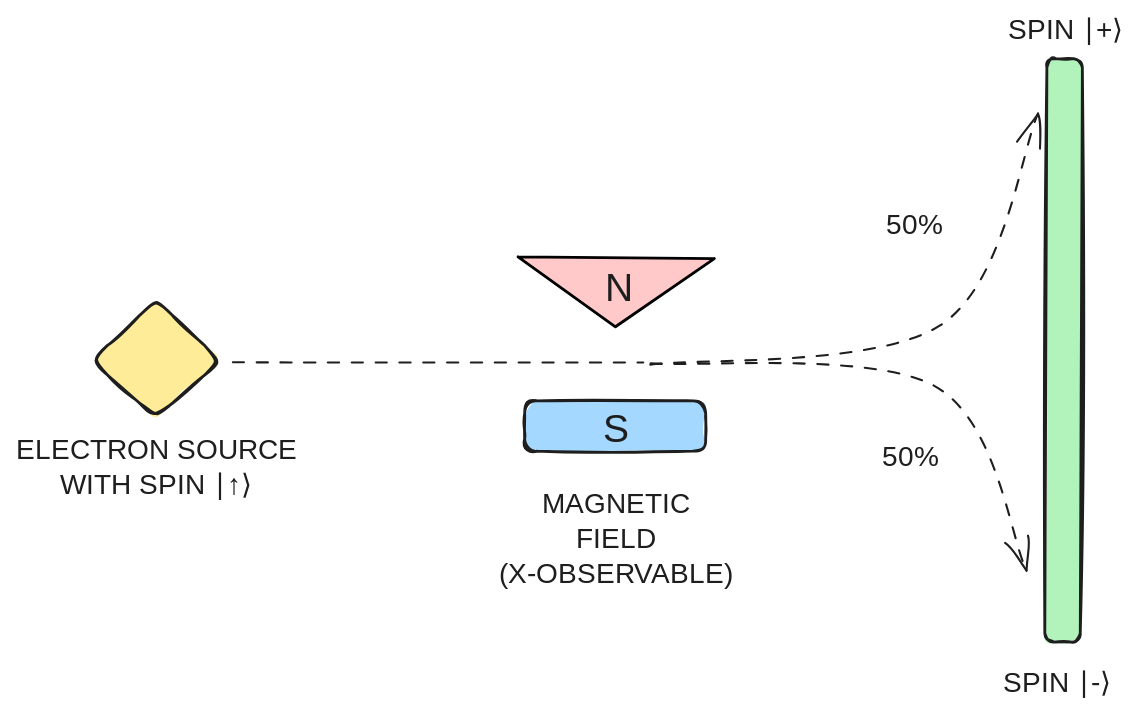
Earlier version of the Excalidraw export ndcoslo-2025/graphics/stern-gerlach-zx.excalidraw.svg (filipw/filipw.github.io). Source tidied: one line per element, renumbered; positions are measured from the earlier drawing's top-left corner, leaving out a move shared by most shapes. The source it was exported from:
```json
{"id": 0, "type": "diamond", "strokeColor": "#1e1e1e", "backgroundColor": "#ffec99", "fillStyle": "solid", "strokeWidth": 2, "roughness": 1, "round": true, "x": 55, "y": 204, "width": 92, "height": 85}
{"id": 1, "type": "text", "text": "ELECTRON SOURCE\nWITH SPIN ∣↑⟩", "strokeColor": "#1e1e1e", "backgroundColor": "#ffec99", "fillStyle": "solid", "strokeWidth": 2, "roughness": 1, "fontSize": 20, "fontFamily": 5, "textAlign": "center", "x": 0, "y": 300, "width": 203, "height": 50}
{"id": 2, "type": "line", "strokeColor": "#000000", "angle": 3.15, "backgroundColor": "#ffc9c9", "fillStyle": "solid", "strokeWidth": 2, "roughness": 0, "x": 430, "y": 174, "width": 140, "height": 49, "points": [[0, 0], [70, 49], [-70, 49], [0, 0]]}
{"id": 3, "type": "text", "text": "N", "strokeColor": "#1e1e1e", "strokeWidth": 2, "roughness": 1, "fontSize": 28, "fontFamily": 5, "x": 422, "y": 181, "width": 18, "height": 35}
{"id": 4, "type": "rectangle", "strokeColor": "#1e1e1e", "backgroundColor": "#a5d8ff", "fillStyle": "solid", "strokeWidth": 2, "roughness": 1, "round": true, "x": 365, "y": 276, "width": 129, "height": 36}
{"id": 5, "type": "text", "text": "S", "strokeColor": "#1e1e1e", "strokeWidth": 2, "roughness": 1, "fontSize": 28, "fontFamily": 5, "x": 420, "y": 281, "width": 17, "height": 35}
{"id": 6, "type": "rectangle", "strokeColor": "#1e1e1e", "angle": 3.15, "backgroundColor": "#b2f2bb", "fillStyle": "solid", "strokeWidth": 2, "roughness": 1, "round": true, "x": 737, "y": 32, "width": 25, "height": 417}
{"id": 7, "type": "arrow", "strokeColor": "#1e1e1e", "backgroundColor": "#b2f2bb", "fillStyle": "solid", "strokeWidth": 1, "strokeStyle": "dashed", "roughness": 1, "round": true, "from": 0, "x": 157, "y": 248, "width": 293, "height": 1, "points": [[0, 0], [293, 1]]}
{"id": 8, "type": "arrow", "strokeColor": "#1e1e1e", "backgroundColor": "#b2f2bb", "fillStyle": "solid", "strokeWidth": 1, "strokeStyle": "dashed", "roughness": 1, "endArrowhead": "arrow", "round": true, "to": 6, "x": 455, "y": 250, "width": 278, "height": 179, "points": [[0, 0], [208, -29], [278, -179]]}
{"id": 9, "type": "text", "text": "SPIN ∣+⟩", "strokeColor": "#1e1e1e", "backgroundColor": "#b2f2bb", "fillStyle": "solid", "strokeWidth": 1, "strokeStyle": "dashed", "roughness": 1, "fontSize": 20, "fontFamily": 5, "x": 710, "y": 0, "width": 82, "height": 25}
{"id": 10, "type": "text", "text": "SPIN ∣-⟩", "strokeColor": "#1e1e1e", "backgroundColor": "#b2f2bb", "fillStyle": "solid", "strokeWidth": 1, "strokeStyle": "dashed", "roughness": 1, "fontSize": 20, "fontFamily": 5, "x": 707, "y": 467, "width": 79, "height": 25}
{"id": 11, "type": "text", "text": "MAGNETIC\nFIELD\n(X-OBSERVABLE)", "strokeColor": "#1e1e1e", "backgroundColor": "#b2f2bb", "fillStyle": "solid", "strokeWidth": 1, "strokeStyle": "dashed", "roughness": 1, "fontSize": 20, "fontFamily": 5, "textAlign": "center", "x": 344, "y": 339, "width": 172, "height": 75}
{"id": 12, "type": "text", "text": "50%", "strokeColor": "#1e1e1e", "strokeWidth": 2, "roughness": 1, "fontSize": 20, "fontFamily": 5, "textAlign": "center", "x": 621, "y": 139, "width": 44, "height": 25}
{"id": 13, "type": "arrow", "strokeColor": "#1e1e1e", "backgroundColor": "#b2f2bb", "fillStyle": "solid", "strokeWidth": 1, "strokeStyle": "dashed", "roughness": 1, "endArrowhead": "arrow", "round": true, "to": 6, "x": 454, "y": 248, "width": 270, "height": 149, "points": [[0, 0], [204, 17], [270, 149]]}
{"id": 14, "type": "text", "text": "50%", "strokeColor": "#1e1e1e", "strokeWidth": 2, "roughness": 1, "fontSize": 20, "fontFamily": 5, "textAlign": "center", "x": 618, "y": 306, "width": 44, "height": 25}
```
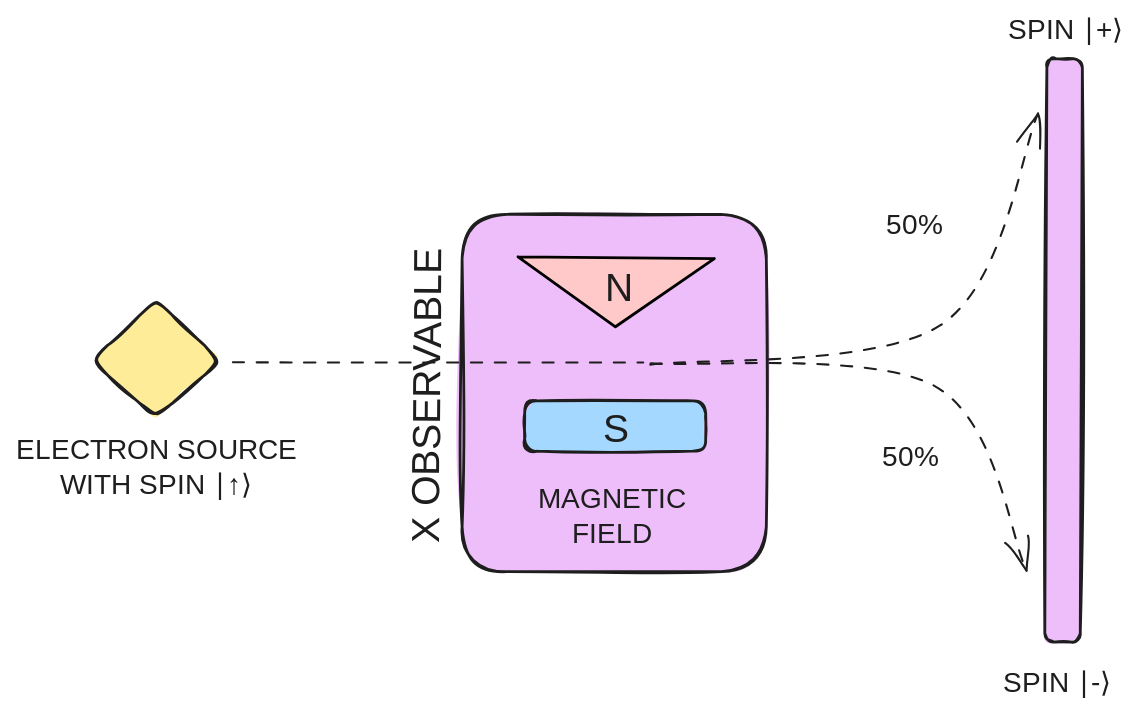
The same file after the commit.

What changed in the source:
```diff
@@ -1,15 +1,17 @@
+{"id": 6, "type": "rectangle", "strokeColor": "#1e1e1e", "angle": 3.15, "backgroundColor": "#eebefa", "fillStyle": "solid", "strokeWidth": 2, "roughness": 1, "round": true, "x": 737, "y": 32, "width": 25, "height": 417}
+{"id": 15, "type": "rectangle", "strokeColor": "#1e1e1e", "backgroundColor": "#eebefa", "fillStyle": "solid", "strokeWidth": 2, "roughness": 1, "round": true, "x": 320, "y": 143, "width": 217, "height": 255}
+{"id": 16, "type": "text", "text": "X OBSERVABLE", "strokeColor": "#1e1e1e", "angle": 4.72, "backgroundColor": "#eebefa", "fillStyle": "solid", "strokeWidth": 2, "roughness": 1, "fontSize": 28, "fontFamily": 5, "x": 189, "y": 252, "width": 217, "height": 35}
 {"id": 0, "type": "diamond", "strokeColor": "#1e1e1e", "backgroundColor": "#ffec99", "fillStyle": "solid", "strokeWidth": 2, "roughness": 1, "round": true, "x": 55, "y": 204, "width": 92, "height": 85}
 {"id": 1, "type": "text", "text": "ELECTRON SOURCE\nWITH SPIN ∣↑⟩", "strokeColor": "#1e1e1e", "backgroundColor": "#ffec99", "fillStyle": "solid", "strokeWidth": 2, "roughness": 1, "fontSize": 20, "fontFamily": 5, "textAlign": "center", "x": 0, "y": 300, "width": 203, "height": 50}
 {"id": 2, "type": "line", "strokeColor": "#000000", "angle": 3.15, "backgroundColor": "#ffc9c9", "fillStyle": "solid", "strokeWidth": 2, "roughness": 0, "x": 430, "y": 174, "width": 140, "height": 49, "points": [[0, 0], [70, 49], [-70, 49], [0, 0]]}
 {"id": 3, "type": "text", "text": "N", "strokeColor": "#1e1e1e", "strokeWidth": 2, "roughness": 1, "fontSize": 28, "fontFamily": 5, "x": 422, "y": 181, "width": 18, "height": 35}
 {"id": 4, "type": "rectangle", "strokeColor": "#1e1e1e", "backgroundColor": "#a5d8ff", "fillStyle": "solid", "strokeWidth": 2, "roughness": 1, "round": true, "x": 365, "y": 276, "width": 129, "height": 36}
 {"id": 5, "type": "text", "text": "S", "strokeColor": "#1e1e1e", "strokeWidth": 2, "roughness": 1, "fontSize": 28, "fontFamily": 5, "x": 420, "y": 281, "width": 17, "height": 35}
-{"id": 6, "type": "rectangle", "strokeColor": "#1e1e1e", "angle": 3.15, "backgroundColor": "#b2f2bb", "fillStyle": "solid", "strokeWidth": 2, "roughness": 1, "round": true, "x": 737, "y": 32, "width": 25, "height": 417}
 {"id": 7, "type": "arrow", "strokeColor": "#1e1e1e", "backgroundColor": "#b2f2bb", "fillStyle": "solid", "strokeWidth": 1, "strokeStyle": "dashed", "roughness": 1, "round": true, "from": 0, "x": 157, "y": 248, "width": 293, "height": 1, "points": [[0, 0], [293, 1]]}
 {"id": 8, "type": "arrow", "strokeColor": "#1e1e1e", "backgroundColor": "#b2f2bb", "fillStyle": "solid", "strokeWidth": 1, "strokeStyle": "dashed", "roughness": 1, "endArrowhead": "arrow", "round": true, "to": 6, "x": 455, "y": 250, "width": 278, "height": 179, "points": [[0, 0], [208, -29], [278, -179]]}
 {"id": 9, "type": "text", "text": "SPIN ∣+⟩", "strokeColor": "#1e1e1e", "backgroundColor": "#b2f2bb", "fillStyle": "solid", "strokeWidth": 1, "strokeStyle": "dashed", "roughness": 1, "fontSize": 20, "fontFamily": 5, "x": 710, "y": 0, "width": 82, "height": 25}
 {"id": 10, "type": "text", "text": "SPIN ∣-⟩", "strokeColor": "#1e1e1e", "backgroundColor": "#b2f2bb", "fillStyle": "solid", "strokeWidth": 1, "strokeStyle": "dashed", "roughness": 1, "fontSize": 20, "fontFamily": 5, "x": 707, "y": 467, "width": 79, "height": 25}
-{"id": 11, "type": "text", "text": "MAGNETIC\nFIELD\n(X-OBSERVABLE)", "strokeColor": "#1e1e1e", "backgroundColor": "#b2f2bb", "fillStyle": "solid", "strokeWidth": 1, "strokeStyle": "dashed", "roughness": 1, "fontSize": 20, "fontFamily": 5, "textAlign": "center", "x": 344, "y": 339, "width": 172, "height": 75}
+{"id": 11, "type": "text", "text": "MAGNETIC\nFIELD", "strokeColor": "#1e1e1e", "backgroundColor": "#b2f2bb", "fillStyle": "solid", "strokeWidth": 1, "strokeStyle": "dashed", "roughness": 1, "fontSize": 20, "fontFamily": 5, "textAlign": "center", "x": 371, "y": 335, "width": 112, "height": 50}
 {"id": 12, "type": "text", "text": "50%", "strokeColor": "#1e1e1e", "strokeWidth": 2, "roughness": 1, "fontSize": 20, "fontFamily": 5, "textAlign": "center", "x": 621, "y": 139, "width": 44, "height": 25}
 {"id": 13, "type": "arrow", "strokeColor": "#1e1e1e", "backgroundColor": "#b2f2bb", "fillStyle": "solid", "strokeWidth": 1, "strokeStyle": "dashed", "roughness": 1, "endArrowhead": "arrow", "round": true, "to": 6, "x": 454, "y": 248, "width": 270, "height": 149, "points": [[0, 0], [204, 17], [270, 149]]}
 {"id": 14, "type": "text", "text": "50%", "strokeColor": "#1e1e1e", "strokeWidth": 2, "roughness": 1, "fontSize": 20, "fontFamily": 5, "textAlign": "center", "x": 618, "y": 306, "width": 44, "height": 25}
```
